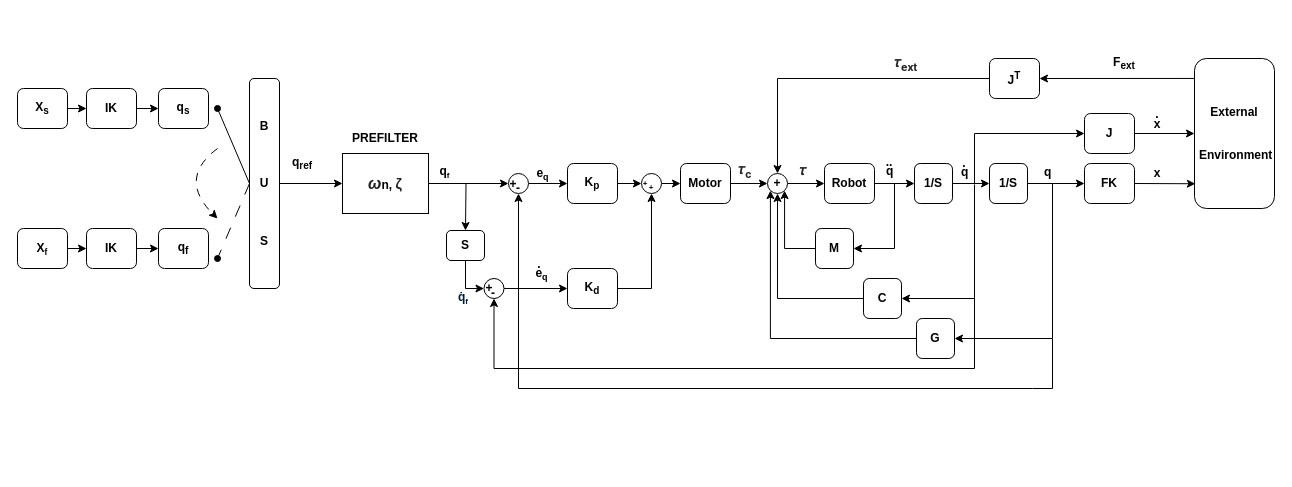
The draw.io diagram October2025/drawio/prefilterOptimizationMethodBlock.drawio in Kcygt/Trajectory_Optimization, before the edit. Source tidied: cells renumbered, new cells numbered last; positions are measured from the earlier drawing's top-left corner, leaving out a move shared by most shapes. Both pictures are drawn from the tidied source at 100%, with x=0, y=0 at pixel (17, 48).
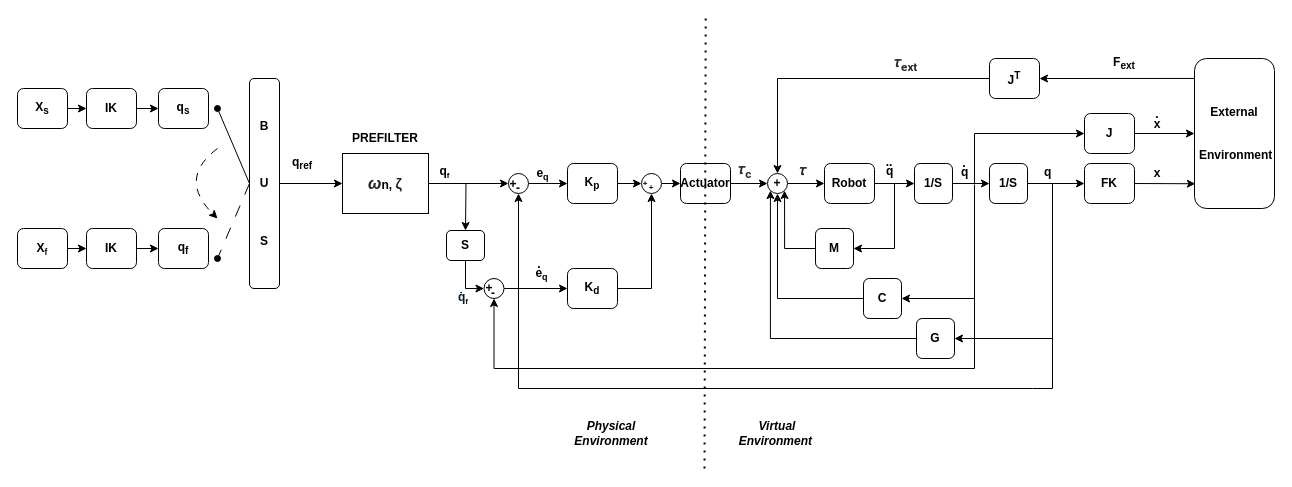
After the change.

What changed in the source:
```diff
@@
-    <mxCell id="34" value="&lt;span&gt;Motor&lt;/span&gt;" style="rounded=1;whiteSpace=wrap;html=1;fontStyle=1;" parent="1" vertex="1">
+    <mxCell id="34" value="Actuator" style="rounded=1;whiteSpace=wrap;html=1;fontStyle=1;" parent="1" vertex="1">
       <mxGeometry x="663" y="115" width="50" height="40" as="geometry" />
     </mxCell>
@@
+    <mxCell id="87" style="endArrow=none;dashed=1;html=1;dashPattern=1 3;strokeWidth=2;rounded=0;" parent="1" edge="1">
+      <mxGeometry relative="1" as="geometry">
+        <mxPoint x="687" y="420" as="sourcePoint" />
+        <mxPoint x="688.2" y="-30" as="targetPoint" />
+      </mxGeometry>
+    </mxCell>
+    <mxCell id="88" value="&lt;b&gt;&lt;em&gt;Virtual Environment&lt;/em&gt;&amp;nbsp;&lt;/b&gt;" style="text;html=1;align=center;verticalAlign=middle;whiteSpace=wrap;rounded=0;" parent="1" vertex="1">
+      <mxGeometry x="730" y="370" width="60" height="30" as="geometry" />
+    </mxCell>
+    <mxCell id="89" value="&lt;em&gt;&lt;b&gt;Physical Environment&lt;/b&gt;&lt;/em&gt;" style="text;html=1;align=center;verticalAlign=middle;whiteSpace=wrap;rounded=0;" parent="1" vertex="1">
+      <mxGeometry x="564" y="370" width="60" height="30" as="geometry" />
+    </mxCell>
```
